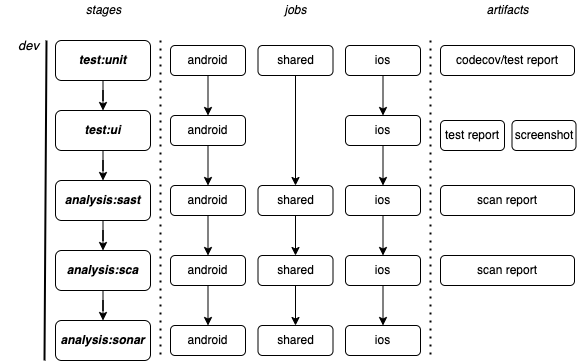
paganellif/tesi-paganelli keeps this draw.io diagram as img/tesi-16-cicd-scheduled.drawio.png. Above is the earlier version. Source tidied: cells renumbered, new cells last; positions are measured from the earlier drawing's top-left corner, leaving out a move shared by most shapes. Its diagram source:
```xml
<mxGraphModel>
  <root>
    <mxCell id="0" />
    <mxCell id="1" parent="0" />
    <mxCell id="2" style="edgeStyle=orthogonalEdgeStyle;rounded=0;jettySize=auto;html=1;" parent="1" edge="1" source="18" target="6">
      <mxGeometry relative="1" as="geometry" />
    </mxCell>
    <mxCell id="3" style="edgeStyle=orthogonalEdgeStyle;rounded=0;jettySize=auto;html=1;" parent="1" edge="1" source="4" target="18">
      <mxGeometry relative="1" as="geometry" />
    </mxCell>
    <mxCell id="4" value="&lt;b&gt;&lt;i&gt;test:unit&lt;/i&gt;&lt;/b&gt;" style="rounded=1;whiteSpace=wrap;html=1;" parent="1" vertex="1">
      <mxGeometry x="55" y="40" width="95" height="40" as="geometry" />
    </mxCell>
    <mxCell id="5" style="edgeStyle=orthogonalEdgeStyle;rounded=0;jettySize=auto;html=1;" parent="1" edge="1" source="6" target="23">
      <mxGeometry relative="1" as="geometry" />
    </mxCell>
    <mxCell id="6" value="&lt;b&gt;&lt;i&gt;analysis:sast&lt;/i&gt;&lt;/b&gt;" style="rounded=1;whiteSpace=wrap;html=1;" parent="1" vertex="1">
      <mxGeometry x="55" y="180" width="95" height="40" as="geometry" />
    </mxCell>
    <mxCell id="7" style="endArrow=none;dashed=1;html=1;dashPattern=1 3;strokeWidth=2;rounded=0;" parent="1" edge="1">
      <mxGeometry relative="1" as="geometry">
        <mxPoint x="160" y="40" as="sourcePoint" />
        <mxPoint x="160" y="360" as="targetPoint" />
      </mxGeometry>
    </mxCell>
    <mxCell id="8" style="endArrow=none;dashed=1;html=1;dashPattern=1 3;strokeWidth=2;rounded=0;" parent="1" edge="1">
      <mxGeometry relative="1" as="geometry">
        <mxPoint x="430" y="40" as="sourcePoint" />
        <mxPoint x="430" y="360" as="targetPoint" />
      </mxGeometry>
    </mxCell>
    <mxCell id="9" value="&lt;i&gt;stages&lt;/i&gt;" style="text;html=1;align=center;verticalAlign=middle;strokeColor=none;fillColor=none;" parent="1" vertex="1">
      <mxGeometry x="77.5" width="50" height="20" as="geometry" />
    </mxCell>
    <mxCell id="10" value="&lt;i&gt;jobs&lt;/i&gt;" style="text;html=1;align=center;verticalAlign=middle;strokeColor=none;fillColor=none;" parent="1" vertex="1">
      <mxGeometry x="275" width="40" height="20" as="geometry" />
    </mxCell>
    <mxCell id="11" value="&lt;i&gt;artifacts&lt;/i&gt;" style="text;html=1;align=center;verticalAlign=middle;strokeColor=none;fillColor=none;" parent="1" vertex="1">
      <mxGeometry x="477" width="60" height="20" as="geometry" />
    </mxCell>
    <mxCell id="12" value="scan report" style="rounded=1;whiteSpace=wrap;html=1;" parent="1" vertex="1">
      <mxGeometry x="440" y="185" width="134" height="30" as="geometry" />
    </mxCell>
    <mxCell id="13" style="edgeStyle=orthogonalEdgeStyle;rounded=0;jettySize=auto;html=1;" parent="1" edge="1" source="14" target="25">
      <mxGeometry relative="1" as="geometry" />
    </mxCell>
    <mxCell id="14" value="android" style="rounded=1;whiteSpace=wrap;html=1;" parent="1" vertex="1">
      <mxGeometry x="170" y="185" width="75" height="30" as="geometry" />
    </mxCell>
    <mxCell id="15" style="edgeStyle=orthogonalEdgeStyle;rounded=0;jettySize=auto;html=1;" parent="1" edge="1" source="19" target="14">
      <mxGeometry relative="1" as="geometry" />
    </mxCell>
    <mxCell id="16" style="edgeStyle=orthogonalEdgeStyle;rounded=0;jettySize=auto;html=1;" parent="1" edge="1" source="17" target="19">
      <mxGeometry relative="1" as="geometry" />
    </mxCell>
    <mxCell id="17" value="android" style="rounded=1;whiteSpace=wrap;html=1;" parent="1" vertex="1">
      <mxGeometry x="170" y="45" width="75" height="30" as="geometry" />
    </mxCell>
    <mxCell id="18" value="&lt;b&gt;&lt;i&gt;test:ui&lt;/i&gt;&lt;/b&gt;" style="rounded=1;whiteSpace=wrap;html=1;" parent="1" vertex="1">
      <mxGeometry x="55" y="110" width="95" height="40" as="geometry" />
    </mxCell>
    <mxCell id="19" value="android" style="rounded=1;whiteSpace=wrap;html=1;" parent="1" vertex="1">
      <mxGeometry x="170" y="115" width="75" height="30" as="geometry" />
    </mxCell>
    <mxCell id="20" style="endArrow=none;html=1;rounded=0;strokeWidth=2;" parent="1" edge="1">
      <mxGeometry relative="1" as="geometry">
        <mxPoint x="44" y="360" as="sourcePoint" />
        <mxPoint x="46" y="40" as="targetPoint" />
      </mxGeometry>
    </mxCell>
    <mxCell id="21" value="&lt;i&gt;dev&lt;/i&gt;" style="text;html=1;align=right;verticalAlign=middle;strokeColor=none;fillColor=none;fontSize=13;" parent="1" vertex="1">
      <mxGeometry y="30" width="40" height="30" as="geometry" />
    </mxCell>
    <mxCell id="22" style="edgeStyle=orthogonalEdgeStyle;rounded=0;jettySize=auto;html=1;" parent="1" edge="1" source="23" target="44">
      <mxGeometry relative="1" as="geometry" />
    </mxCell>
    <mxCell id="23" value="&lt;b&gt;&lt;i&gt;analysis:sca&lt;/i&gt;&lt;/b&gt;" style="rounded=1;whiteSpace=wrap;html=1;" parent="1" vertex="1">
      <mxGeometry x="55" y="250" width="95" height="40" as="geometry" />
    </mxCell>
    <mxCell id="24" style="edgeStyle=orthogonalEdgeStyle;rounded=0;jettySize=auto;html=1;" parent="1" edge="1" source="25" target="45">
      <mxGeometry relative="1" as="geometry" />
    </mxCell>
    <mxCell id="25" value="android" style="rounded=1;whiteSpace=wrap;html=1;" parent="1" vertex="1">
      <mxGeometry x="170" y="255" width="75" height="30" as="geometry" />
    </mxCell>
    <mxCell id="26" value="scan report" style="rounded=1;whiteSpace=wrap;html=1;" parent="1" vertex="1">
      <mxGeometry x="440" y="255" width="134" height="30" as="geometry" />
    </mxCell>
    <mxCell id="27" style="edgeStyle=orthogonalEdgeStyle;rounded=0;jettySize=auto;html=1;" parent="1" edge="1" source="28" target="32">
      <mxGeometry relative="1" as="geometry" />
    </mxCell>
    <mxCell id="28" value="shared" style="rounded=1;whiteSpace=wrap;html=1;" parent="1" vertex="1">
      <mxGeometry x="257.5" y="185" width="75" height="30" as="geometry" />
    </mxCell>
    <mxCell id="29" style="edgeStyle=orthogonalEdgeStyle;rounded=0;jettySize=auto;html=1;" parent="1" edge="1" source="30" target="28">
      <mxGeometry relative="1" as="geometry" />
    </mxCell>
    <mxCell id="30" value="shared" style="rounded=1;whiteSpace=wrap;html=1;" parent="1" vertex="1">
      <mxGeometry x="257.5" y="45" width="75" height="30" as="geometry" />
    </mxCell>
    <mxCell id="31" style="edgeStyle=orthogonalEdgeStyle;rounded=0;jettySize=auto;html=1;" parent="1" edge="1" source="32" target="46">
      <mxGeometry relative="1" as="geometry" />
    </mxCell>
    <mxCell id="32" value="shared" style="rounded=1;whiteSpace=wrap;html=1;" parent="1" vertex="1">
      <mxGeometry x="257.5" y="255" width="75" height="30" as="geometry" />
    </mxCell>
    <mxCell id="33" style="edgeStyle=orthogonalEdgeStyle;rounded=0;jettySize=auto;html=1;" parent="1" edge="1" source="34" target="40">
      <mxGeometry relative="1" as="geometry" />
    </mxCell>
    <mxCell id="34" value="ios" style="rounded=1;whiteSpace=wrap;html=1;" parent="1" vertex="1">
      <mxGeometry x="345" y="185" width="75" height="30" as="geometry" />
    </mxCell>
    <mxCell id="35" style="edgeStyle=orthogonalEdgeStyle;rounded=0;jettySize=auto;html=1;" parent="1" edge="1" source="38" target="34">
      <mxGeometry relative="1" as="geometry" />
    </mxCell>
    <mxCell id="36" style="edgeStyle=orthogonalEdgeStyle;rounded=0;jettySize=auto;html=1;" parent="1" edge="1" source="37" target="38">
      <mxGeometry relative="1" as="geometry" />
    </mxCell>
    <mxCell id="37" value="ios" style="rounded=1;whiteSpace=wrap;html=1;" parent="1" vertex="1">
      <mxGeometry x="345" y="45" width="75" height="30" as="geometry" />
    </mxCell>
    <mxCell id="38" value="ios" style="rounded=1;whiteSpace=wrap;html=1;" parent="1" vertex="1">
      <mxGeometry x="345" y="115" width="75" height="30" as="geometry" />
    </mxCell>
    <mxCell id="39" style="edgeStyle=orthogonalEdgeStyle;rounded=0;jettySize=auto;html=1;" parent="1" edge="1" source="40" target="47">
      <mxGeometry relative="1" as="geometry" />
    </mxCell>
    <mxCell id="40" value="ios" style="rounded=1;whiteSpace=wrap;html=1;" parent="1" vertex="1">
      <mxGeometry x="345" y="255" width="75" height="30" as="geometry" />
    </mxCell>
    <mxCell id="41" value="codecov/test report" style="rounded=1;whiteSpace=wrap;html=1;" parent="1" vertex="1">
      <mxGeometry x="440" y="45" width="134" height="30" as="geometry" />
    </mxCell>
    <mxCell id="42" value="test report" style="rounded=1;whiteSpace=wrap;html=1;" parent="1" vertex="1">
      <mxGeometry x="440" y="120" width="64" height="30" as="geometry" />
    </mxCell>
    <mxCell id="43" value="screenshot" style="rounded=1;whiteSpace=wrap;html=1;" parent="1" vertex="1">
      <mxGeometry x="511.5" y="120" width="64" height="30" as="geometry" />
    </mxCell>
    <mxCell id="44" value="&lt;b&gt;&lt;i&gt;analysis:sonar&lt;/i&gt;&lt;/b&gt;" style="rounded=1;whiteSpace=wrap;html=1;" parent="1" vertex="1">
      <mxGeometry x="55" y="320" width="95" height="40" as="geometry" />
    </mxCell>
    <mxCell id="45" value="android" style="rounded=1;whiteSpace=wrap;html=1;" parent="1" vertex="1">
      <mxGeometry x="170" y="325" width="75" height="30" as="geometry" />
    </mxCell>
    <mxCell id="46" value="shared" style="rounded=1;whiteSpace=wrap;html=1;" parent="1" vertex="1">
      <mxGeometry x="257.5" y="325" width="75" height="30" as="geometry" />
    </mxCell>
    <mxCell id="47" value="ios" style="rounded=1;whiteSpace=wrap;html=1;" parent="1" vertex="1">
      <mxGeometry x="345" y="325" width="75" height="30" as="geometry" />
    </mxCell>
  </root>
</mxGraphModel>
```
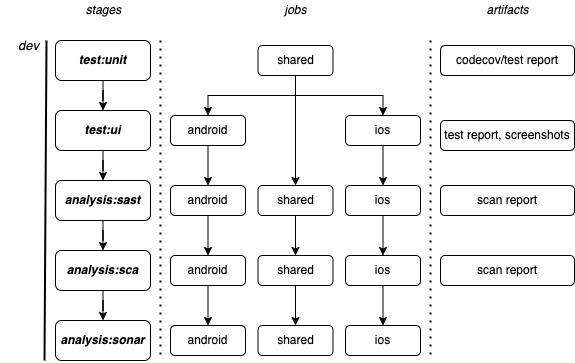
After the change.

The edit, as a diff of the source:
```diff
@@ -50,12 +50,9 @@
     <mxCell id="15" style="edgeStyle=orthogonalEdgeStyle;rounded=0;jettySize=auto;html=1;" parent="1" edge="1" source="19" target="14">
       <mxGeometry relative="1" as="geometry" />
     </mxCell>
-    <mxCell id="16" style="edgeStyle=orthogonalEdgeStyle;rounded=0;jettySize=auto;html=1;" parent="1" edge="1" source="17" target="19">
+    <mxCell id="16" style="edgeStyle=orthogonalEdgeStyle;rounded=0;jettySize=auto;html=1;exitX=0.5;exitY=1;exitDx=0;exitDy=0;" parent="1" edge="1" source="30" target="19">
       <mxGeometry relative="1" as="geometry" />
     </mxCell>
-    <mxCell id="17" value="android" style="rounded=1;whiteSpace=wrap;html=1;" parent="1" vertex="1">
-      <mxGeometry x="170" y="45" width="75" height="30" as="geometry" />
-    </mxCell>
     <mxCell id="18" value="&lt;b&gt;&lt;i&gt;test:ui&lt;/i&gt;&lt;/b&gt;" style="rounded=1;whiteSpace=wrap;html=1;" parent="1" vertex="1">
       <mxGeometry x="55" y="110" width="95" height="40" as="geometry" />
     </mxCell>
@@ -113,12 +110,9 @@
     <mxCell id="35" style="edgeStyle=orthogonalEdgeStyle;rounded=0;jettySize=auto;html=1;" parent="1" edge="1" source="38" target="34">
       <mxGeometry relative="1" as="geometry" />
     </mxCell>
-    <mxCell id="36" style="edgeStyle=orthogonalEdgeStyle;rounded=0;jettySize=auto;html=1;" parent="1" edge="1" source="37" target="38">
+    <mxCell id="36" style="edgeStyle=orthogonalEdgeStyle;rounded=0;jettySize=auto;html=1;exitX=0.5;exitY=1;exitDx=0;exitDy=0;" parent="1" edge="1" source="30" target="38">
       <mxGeometry relative="1" as="geometry" />
     </mxCell>
-    <mxCell id="37" value="ios" style="rounded=1;whiteSpace=wrap;html=1;" parent="1" vertex="1">
-      <mxGeometry x="345" y="45" width="75" height="30" as="geometry" />
-    </mxCell>
     <mxCell id="38" value="ios" style="rounded=1;whiteSpace=wrap;html=1;" parent="1" vertex="1">
       <mxGeometry x="345" y="115" width="75" height="30" as="geometry" />
     </mxCell>
@@ -131,12 +125,9 @@
     <mxCell id="41" value="codecov/test report" style="rounded=1;whiteSpace=wrap;html=1;" parent="1" vertex="1">
       <mxGeometry x="440" y="45" width="134" height="30" as="geometry" />
     </mxCell>
-    <mxCell id="42" value="test report" style="rounded=1;whiteSpace=wrap;html=1;" parent="1" vertex="1">
-      <mxGeometry x="440" y="120" width="64" height="30" as="geometry" />
+    <mxCell id="42" value="test report, screenshots" style="rounded=1;whiteSpace=wrap;html=1;" parent="1" vertex="1">
+      <mxGeometry x="440" y="120" width="134" height="30" as="geometry" />
     </mxCell>
-    <mxCell id="43" value="screenshot" style="rounded=1;whiteSpace=wrap;html=1;" parent="1" vertex="1">
-      <mxGeometry x="511.5" y="120" width="64" height="30" as="geometry" />
-    </mxCell>
     <mxCell id="44" value="&lt;b&gt;&lt;i&gt;analysis:sonar&lt;/i&gt;&lt;/b&gt;" style="rounded=1;whiteSpace=wrap;html=1;" parent="1" vertex="1">
       <mxGeometry x="55" y="320" width="95" height="40" as="geometry" />
     </mxCell>
```
